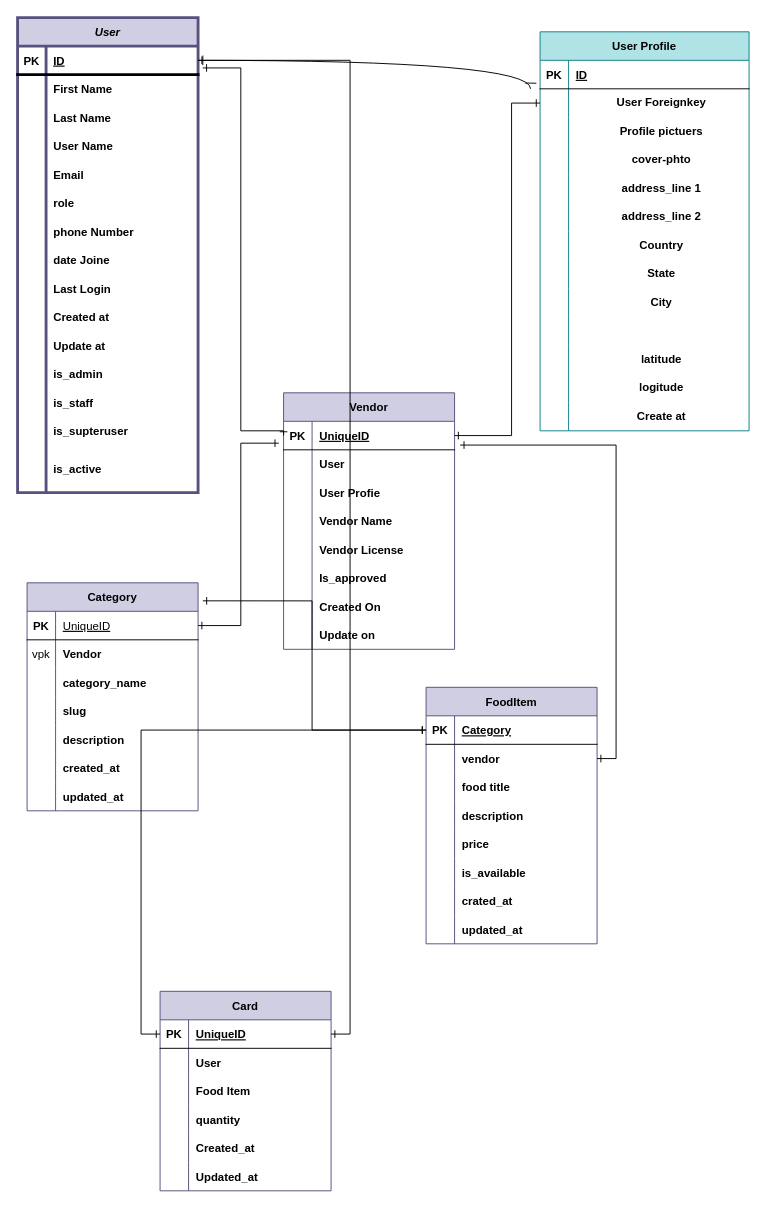
This is databases.drawio from Ali-Sina-255/Django-Multi-Vendors-restaurants, a draw.io file, before an edit. Source tidied: cells renumbered, new cells numbered last; positions are measured from the earlier drawing's top-left corner, leaving out a move shared by most shapes. Both pictures are drawn from the tidied source at 95%, with x=0, y=0 at pixel (17, 17).
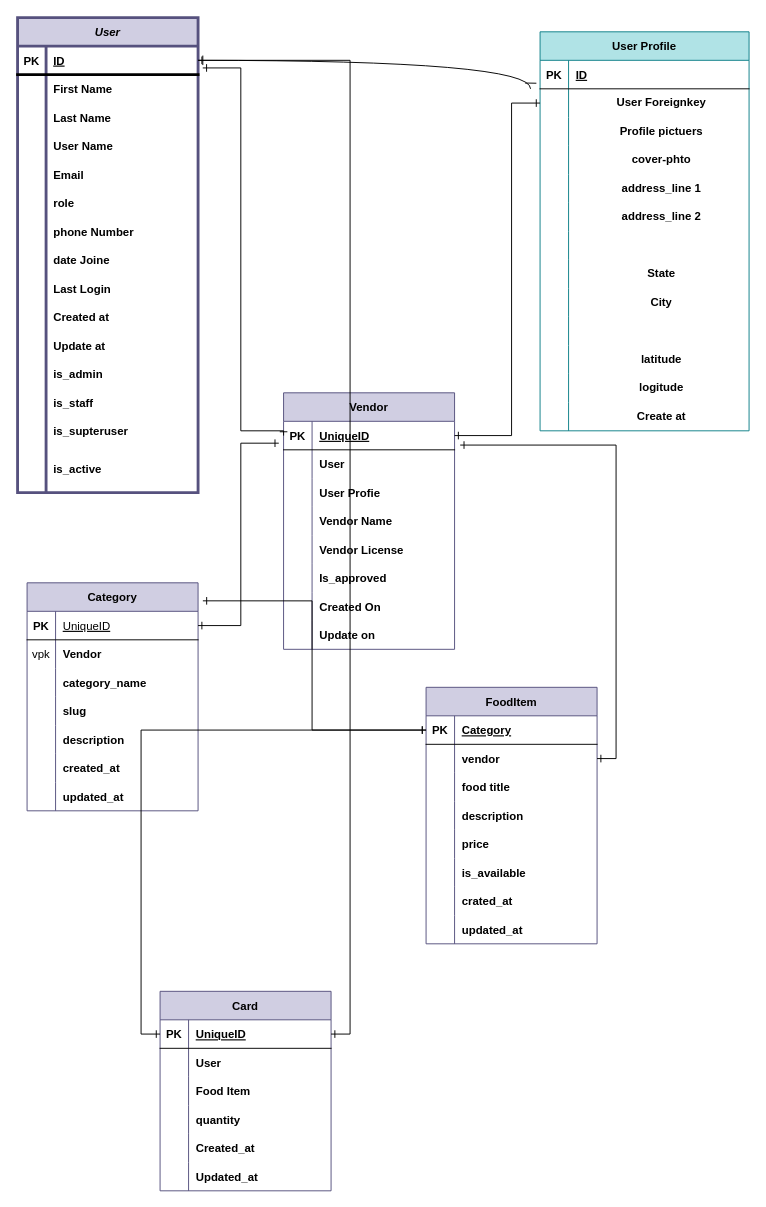
The same diagram, later.

Unchanged cells that the change refers to:
```xml
<mxCell id="21" style="shape=tableRow;horizontal=0;startSize=0;swimlaneHead=0;swimlaneBody=0;fillColor=none;top=0;left=0;right=0;bottom=0;" parent="2" vertex="1">
  <mxGeometry y="210" width="220" height="30" as="geometry" />
</mxCell>
```

Change to the diagram source:
```diff
@@
-    <mxCell id="23" value="Country" style="shape=partialRectangle;fillColor=none;top=0;left=0;bottom=0;right=0;align=center;spacingLeft=6;overflow=hidden;fontStyle=1;fontColor=default;labelBackgroundColor=default;labelBorderColor=none;whiteSpace=wrap;html=1;labelPosition=center;verticalLabelPosition=middle;verticalAlign=middle;" parent="21" vertex="1">
+    <mxCell id="23" style="shape=partialRectangle;fillColor=none;top=0;left=0;bottom=0;right=0;align=center;spacingLeft=6;overflow=hidden;fontStyle=1;fontColor=default;labelBackgroundColor=default;labelBorderColor=none;whiteSpace=wrap;html=1;labelPosition=center;verticalLabelPosition=middle;verticalAlign=middle;" parent="21" vertex="1">
       <mxGeometry x="30" width="190" height="30" as="geometry" />
     </mxCell>
```
